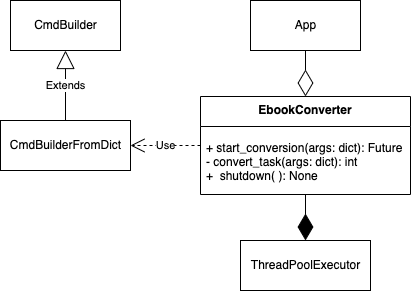
Above: img/tesi-5-pdf2epub.drawio.png in paganellif/tesi-paganelli (draw.io), before the change. Source tidied: cells renumbered, new cells last; positions are measured from the earlier drawing's top-left corner, leaving out a move shared by most shapes. Its diagram source:
```xml
<mxGraphModel>
  <root>
    <mxCell id="0" />
    <mxCell id="1" parent="0" />
    <mxCell id="2" value="CmdBuilder" style="html=1;" parent="1" vertex="1">
      <mxGeometry x="10" width="110" height="50" as="geometry" />
    </mxCell>
    <mxCell id="3" value="Extends" style="endArrow=block;endSize=16;endFill=0;html=1;rounded=0;entryX=0.5;entryY=1;entryDx=0;entryDy=0;exitX=0.5;exitY=0;exitDx=0;exitDy=0;" parent="1" edge="1" source="4" target="2">
      <mxGeometry relative="1" as="geometry" />
    </mxCell>
    <mxCell id="4" value="CmdBuilderFromDict" style="html=1;" parent="1" vertex="1">
      <mxGeometry y="120" width="130" height="50" as="geometry" />
    </mxCell>
    <mxCell id="5" value="Use" style="endArrow=open;endSize=12;dashed=1;html=1;rounded=0;entryX=1;entryY=0.5;entryDx=0;entryDy=0;" parent="1" edge="1" source="10" target="4">
      <mxGeometry relative="1" as="geometry" />
    </mxCell>
    <mxCell id="6" value="App" style="html=1;" parent="1" vertex="1">
      <mxGeometry x="250" width="110" height="50" as="geometry" />
    </mxCell>
    <mxCell id="7" style="endArrow=diamondThin;endFill=0;endSize=24;html=1;rounded=0;exitX=0.5;exitY=1;exitDx=0;exitDy=0;" parent="1" edge="1" source="6" target="10">
      <mxGeometry relative="1" as="geometry" />
    </mxCell>
    <mxCell id="8" style="endArrow=diamondThin;endFill=1;endSize=24;html=1;rounded=0;entryX=0.5;entryY=0;entryDx=0;entryDy=0;" parent="1" edge="1" source="10" target="9">
      <mxGeometry relative="1" as="geometry" />
    </mxCell>
    <mxCell id="9" value="ThreadPoolExecutor" style="html=1;" parent="1" vertex="1">
      <mxGeometry x="240" y="240" width="130" height="50" as="geometry" />
    </mxCell>
    <mxCell id="10" value="EbookConverter" style="swimlane;fontStyle=1;align=center;verticalAlign=top;horizontal=1;startSize=30;" parent="1" vertex="1">
      <mxGeometry x="200" y="96" width="210" height="98" as="geometry" />
    </mxCell>
    <mxCell id="11" style="line;strokeWidth=1;fillColor=none;align=left;verticalAlign=middle;spacingTop=-1;spacingLeft=3;spacingRight=3;labelPosition=right;strokeColor=none;" parent="10" vertex="1">
      <mxGeometry y="30" width="210" height="8" as="geometry" />
    </mxCell>
    <mxCell id="12" value="+ start_conversion(args: dict): Future&#10;- convert_task(args: dict): int&#10;+  shutdown( ): None" style="text;strokeColor=none;fillColor=none;align=left;verticalAlign=top;spacingLeft=4;spacingRight=4;overflow=hidden;" parent="10" vertex="1">
      <mxGeometry y="38" width="210" height="60" as="geometry" />
    </mxCell>
  </root>
</mxGraphModel>
```
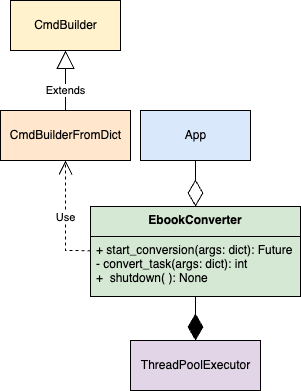
Later version of the same file.

Change to the diagram source:
```diff
@@ -2,38 +2,39 @@
   <root>
     <mxCell id="0" />
     <mxCell id="1" parent="0" />
-    <mxCell id="2" value="CmdBuilder" style="html=1;" parent="1" vertex="1">
-      <mxGeometry x="10" width="110" height="50" as="geometry" />
+    <mxCell id="2" value="CmdBuilder" style="html=1;fillColor=#fff2cc;strokeColor=#000000;" parent="1" vertex="1">
+      <mxGeometry x="120" y="-110" width="110" height="50" as="geometry" />
     </mxCell>
-    <mxCell id="3" value="Extends" style="endArrow=block;endSize=16;endFill=0;html=1;rounded=0;entryX=0.5;entryY=1;entryDx=0;entryDy=0;exitX=0.5;exitY=0;exitDx=0;exitDy=0;" parent="1" edge="1" source="4" target="2">
-      <mxGeometry relative="1" as="geometry" />
+    <mxCell id="3" value="Extends" style="endArrow=block;endSize=16;endFill=0;html=1;rounded=0;entryX=0.5;entryY=1;entryDx=0;entryDy=0;exitX=0.5;exitY=0;exitDx=0;exitDy=0;strokeColor=#000000;" parent="1" edge="1" source="4" target="2">
+      <mxGeometry x="-0.33" relative="1" as="geometry" />
     </mxCell>
-    <mxCell id="4" value="CmdBuilderFromDict" style="html=1;" parent="1" vertex="1">
-      <mxGeometry y="120" width="130" height="50" as="geometry" />
+    <mxCell id="4" value="CmdBuilderFromDict" style="html=1;fillColor=#ffe6cc;strokeColor=#000000;" parent="1" vertex="1">
+      <mxGeometry x="110" width="130" height="50" as="geometry" />
     </mxCell>
-    <mxCell id="5" value="Use" style="endArrow=open;endSize=12;dashed=1;html=1;rounded=0;entryX=1;entryY=0.5;entryDx=0;entryDy=0;" parent="1" edge="1" source="10" target="4">
-      <mxGeometry relative="1" as="geometry" />
+    <mxCell id="5" value="Use" style="endArrow=open;endSize=12;dashed=1;html=1;rounded=0;strokeColor=#000000;" parent="1" edge="1" source="10" target="4">
+      <mxGeometry relative="1" as="geometry">
+        <Array as="points">
+          <mxPoint x="175" y="140" />
+        </Array>
+      </mxGeometry>
     </mxCell>
-    <mxCell id="6" value="App" style="html=1;" parent="1" vertex="1">
+    <mxCell id="6" value="App" style="html=1;fillColor=#dae8fc;strokeColor=#000000;" parent="1" vertex="1">
       <mxGeometry x="250" width="110" height="50" as="geometry" />
     </mxCell>
-    <mxCell id="7" style="endArrow=diamondThin;endFill=0;endSize=24;html=1;rounded=0;exitX=0.5;exitY=1;exitDx=0;exitDy=0;" parent="1" edge="1" source="6" target="10">
+    <mxCell id="7" style="endArrow=diamondThin;endFill=0;endSize=24;html=1;rounded=0;exitX=0.5;exitY=1;exitDx=0;exitDy=0;strokeColor=#000000;" parent="1" edge="1" source="6" target="10">
       <mxGeometry relative="1" as="geometry" />
     </mxCell>
-    <mxCell id="8" style="endArrow=diamondThin;endFill=1;endSize=24;html=1;rounded=0;entryX=0.5;entryY=0;entryDx=0;entryDy=0;" parent="1" edge="1" source="10" target="9">
+    <mxCell id="8" style="endArrow=diamondThin;endFill=1;endSize=24;html=1;rounded=0;entryX=0.5;entryY=0;entryDx=0;entryDy=0;strokeColor=#000000;" parent="1" edge="1" source="10" target="9">
       <mxGeometry relative="1" as="geometry" />
     </mxCell>
-    <mxCell id="9" value="ThreadPoolExecutor" style="html=1;" parent="1" vertex="1">
-      <mxGeometry x="240" y="240" width="130" height="50" as="geometry" />
+    <mxCell id="9" value="ThreadPoolExecutor" style="html=1;fillColor=#e1d5e7;strokeColor=#000000;" parent="1" vertex="1">
+      <mxGeometry x="240" y="230" width="130" height="50" as="geometry" />
     </mxCell>
-    <mxCell id="10" value="EbookConverter" style="swimlane;fontStyle=1;align=center;verticalAlign=top;horizontal=1;startSize=30;" parent="1" vertex="1">
-      <mxGeometry x="200" y="96" width="210" height="98" as="geometry" />
+    <mxCell id="10" value="EbookConverter" style="swimlane;fontStyle=1;align=center;verticalAlign=top;horizontal=1;startSize=30;fillColor=#d5e8d4;strokeColor=#000000;" parent="1" vertex="1">
+      <mxGeometry x="200" y="96" width="210" height="90" as="geometry" />
     </mxCell>
-    <mxCell id="11" style="line;strokeWidth=1;fillColor=none;align=left;verticalAlign=middle;spacingTop=-1;spacingLeft=3;spacingRight=3;labelPosition=right;strokeColor=none;" parent="10" vertex="1">
-      <mxGeometry y="30" width="210" height="8" as="geometry" />
-    </mxCell>
-    <mxCell id="12" value="+ start_conversion(args: dict): Future&#10;- convert_task(args: dict): int&#10;+  shutdown( ): None" style="text;strokeColor=none;fillColor=none;align=left;verticalAlign=top;spacingLeft=4;spacingRight=4;overflow=hidden;" parent="10" vertex="1">
-      <mxGeometry y="38" width="210" height="60" as="geometry" />
+    <mxCell id="12" value="+ start_conversion(args: dict): Future&#10;- convert_task(args: dict): int&#10;+  shutdown( ): None" style="text;strokeColor=#000000;fillColor=#d5e8d4;align=left;verticalAlign=top;spacingLeft=4;spacingRight=4;overflow=hidden;" parent="10" vertex="1">
+      <mxGeometry y="30" width="210" height="60" as="geometry" />
     </mxCell>
   </root>
 </mxGraphModel>
```
